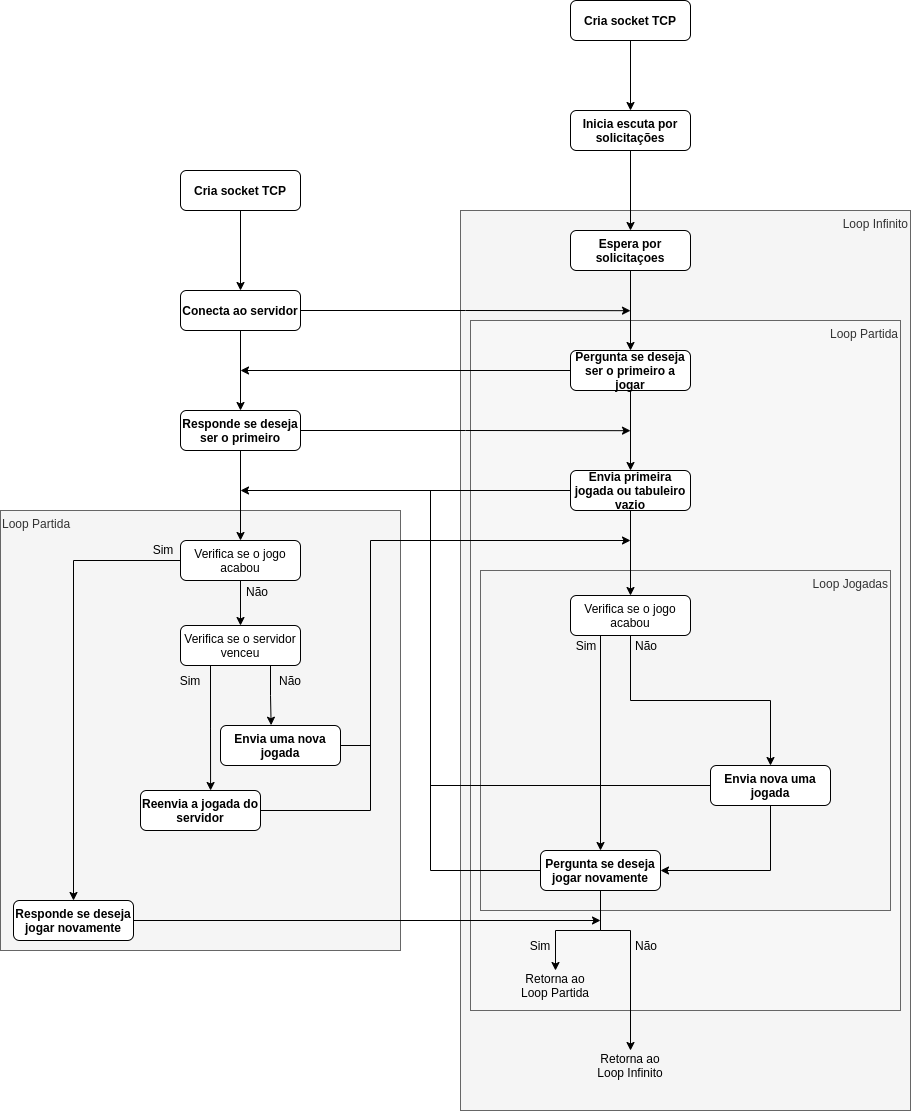
The draw.io diagram protocolo.drawio.png in jumidlej/jogo-da-velha, before a commit. Source tidied: cells renumbered, new cells last; positions are measured from the earlier drawing's top-left corner, leaving out a move shared by most shapes.
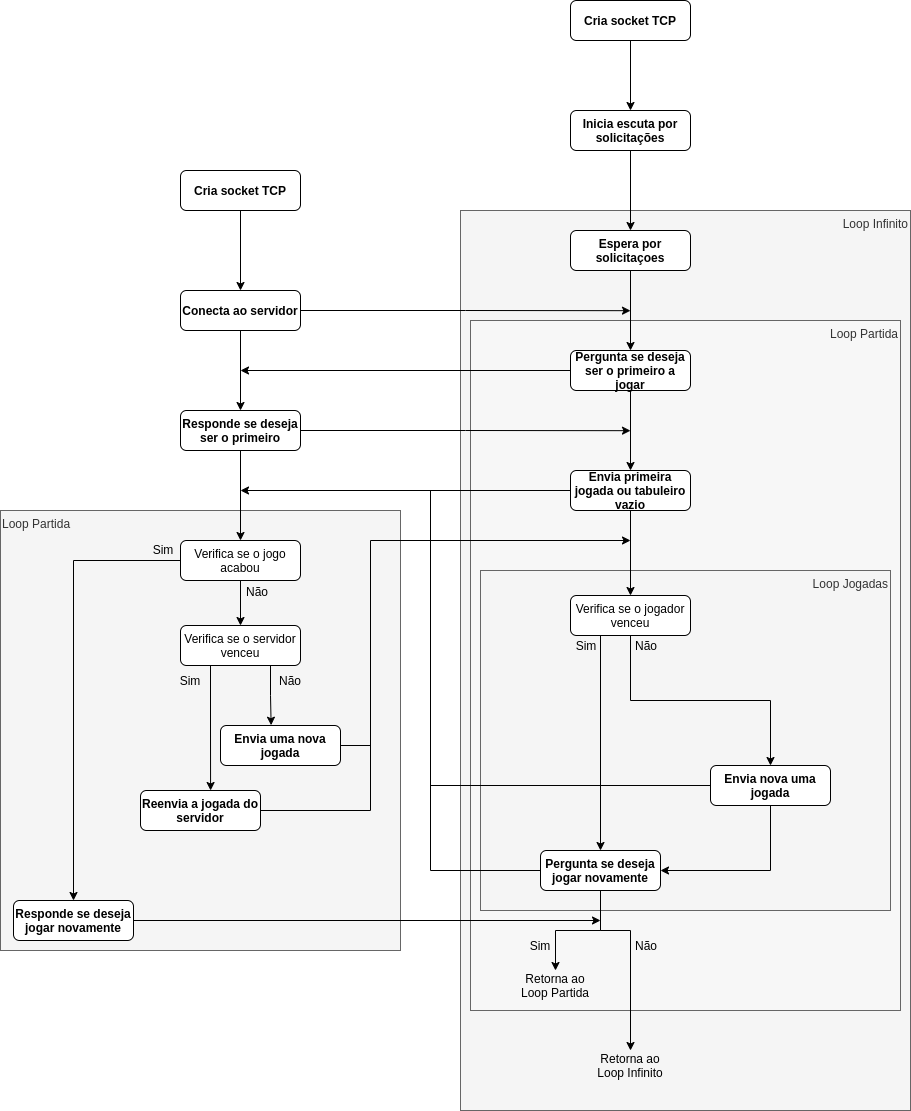
The same file after the commit.

Diff of the diagram source:
```diff
@@ -82,7 +82,7 @@
     <mxCell id="25" style="edgeStyle=orthogonalEdgeStyle;rounded=0;jettySize=auto;html=1;exitX=0.5;exitY=1;exitDx=0;exitDy=0;endArrow=classic;endFill=1;" parent="1" edge="1" source="26" target="23">
       <mxGeometry relative="1" as="geometry" />
     </mxCell>
-    <mxCell id="26" value="Verifica se o jogo acabou" style="rounded=1;whiteSpace=wrap;html=1;fontSize=12;glass=0;strokeWidth=1;shadow=0;" parent="1" vertex="1">
+    <mxCell id="26" value="Verifica se o jogador venceu" style="rounded=1;whiteSpace=wrap;html=1;fontSize=12;glass=0;strokeWidth=1;shadow=0;" parent="1" vertex="1">
       <mxGeometry x="570" y="595" width="120" height="40" as="geometry" />
     </mxCell>
     <mxCell id="27" style="edgeStyle=orthogonalEdgeStyle;rounded=0;jettySize=auto;html=1;exitX=0;exitY=0.5;exitDx=0;exitDy=0;endArrow=none;endFill=0;" parent="1" edge="1" source="30">
```
